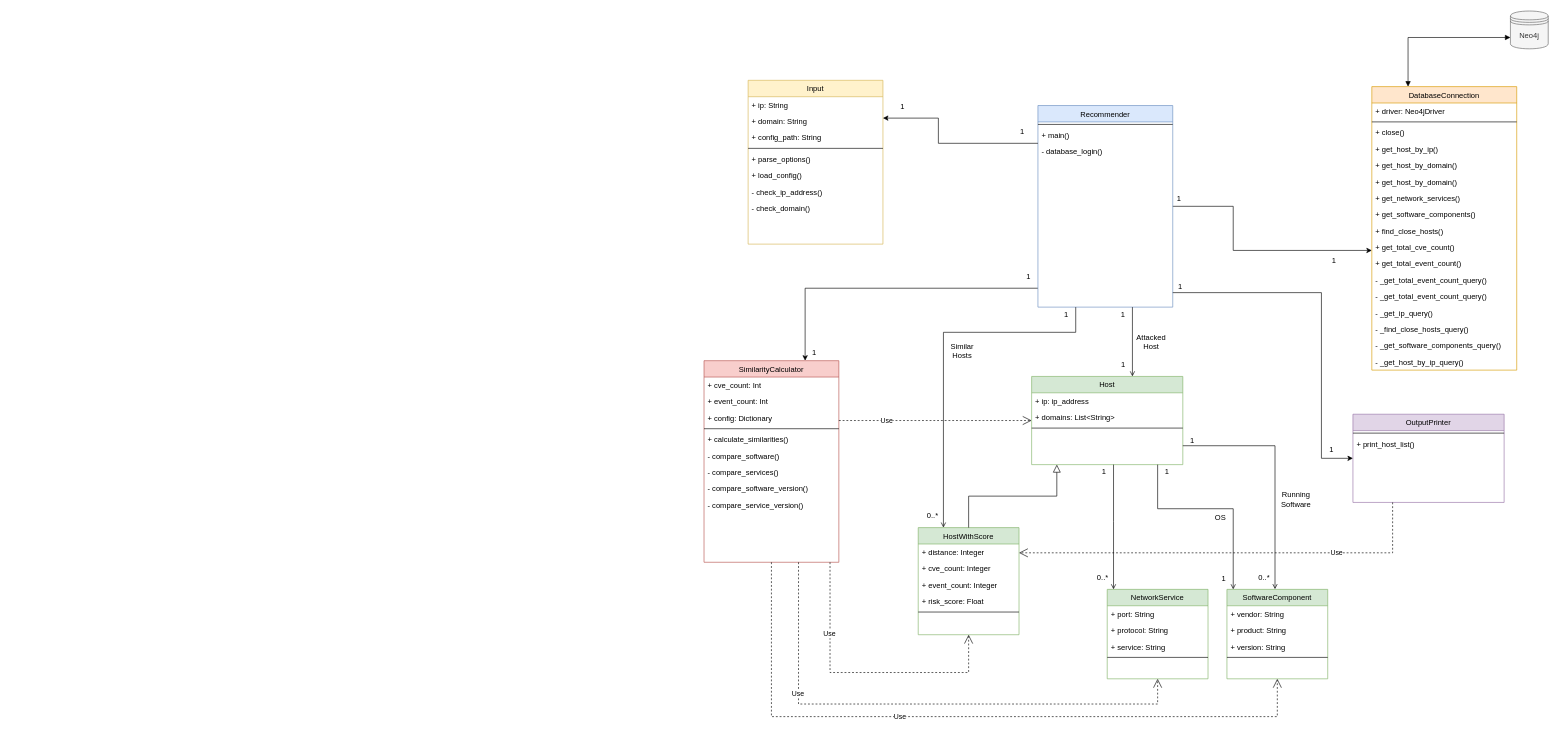
Earlier version of the draw.io diagram Diagrams/Recommender_diagram.drawio (CSIRT-MU/CRUSOE). Source tidied: cells renumbered, new cells numbered last; positions are measured from the earlier drawing's top-left corner, leaving out a move shared by most shapes. Both pictures are drawn from the tidied source at 63%, with x=0, y=0 at pixel (704, 11).
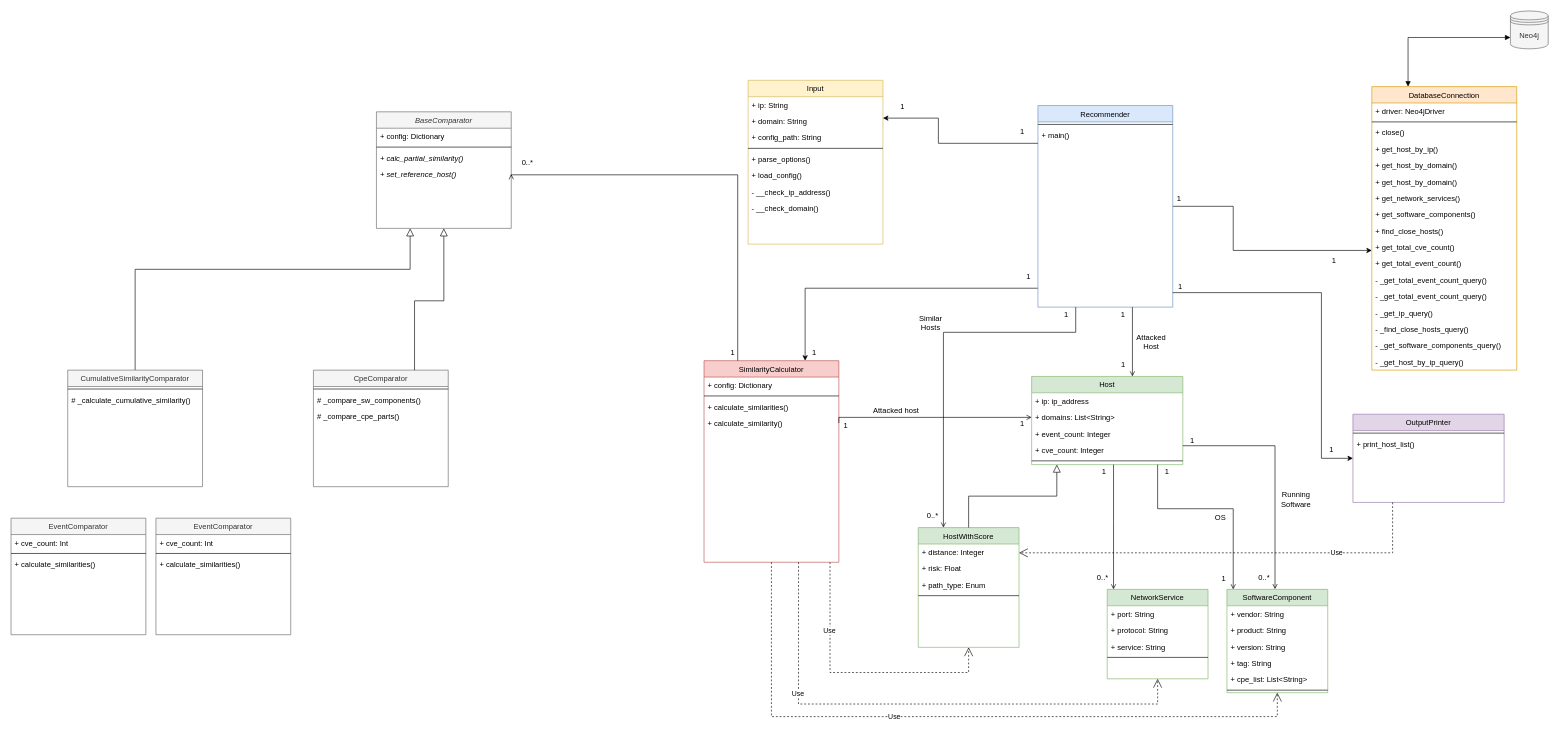
Above is the later version.

Unchanged cells that the change refers to:
```xml
<mxCell id="2" value="Host" style="swimlane;fontStyle=0;align=center;verticalAlign=top;horizontal=1;startSize=26;rounded=0;shadow=0;strokeWidth=1;fillColor=#d5e8d4;strokeColor=#82b366;" parent="1" vertex="1">
  <mxGeometry x="520" y="580" width="240" height="140" as="geometry" />
</mxCell>
<mxCell id="4" value="+ domains: List&lt;String&gt;" style="text;align=left;verticalAlign=top;spacingLeft=4;spacingRight=4;overflow=hidden;points=[[0,0.5],[1,0.5]];portConstraint=eastwest;" parent="2" vertex="1">
  <mxGeometry y="52" width="240" height="26" as="geometry" />
</mxCell>
<mxCell id="33" value="Recommender" style="swimlane;fontStyle=0;align=center;verticalAlign=top;horizontal=1;startSize=26;rounded=0;shadow=0;strokeWidth=1;fillColor=#dae8fc;strokeColor=#6c8ebf;" parent="1" vertex="1">
  <mxGeometry x="530" y="150" width="214" height="320" as="geometry" />
</mxCell>
<mxCell id="39" value="Input" style="swimlane;fontStyle=0;align=center;verticalAlign=top;horizontal=1;startSize=26;rounded=0;shadow=0;strokeWidth=1;fillColor=#fff2cc;strokeColor=#d6b656;" parent="1" vertex="1">
  <mxGeometry x="70" y="110" width="214" height="260" as="geometry" />
</mxCell>
<mxCell id="61" value="SimilarityCalculator" style="swimlane;fontStyle=0;align=center;verticalAlign=top;horizontal=1;startSize=26;rounded=0;shadow=0;strokeWidth=1;fillColor=#f8cecc;strokeColor=#b85450;" parent="1" vertex="1">
  <mxGeometry y="555" width="214" height="320" as="geometry" />
</mxCell>
```

Diff of the diagram source:
```diff
@@
+    <mxCell id="9" value="+ event_count: Integer" style="text;align=left;verticalAlign=top;spacingLeft=4;spacingRight=4;overflow=hidden;rounded=0;shadow=0;html=0;" parent="2" vertex="1">
+      <mxGeometry y="78" width="240" height="26" as="geometry" />
+    </mxCell>
+    <mxCell id="8" value="+ cve_count: Integer" style="text;align=left;verticalAlign=top;spacingLeft=4;spacingRight=4;overflow=hidden;rounded=0;shadow=0;html=0;" parent="2" vertex="1">
+      <mxGeometry y="104" width="240" height="26" as="geometry" />
+    </mxCell>
     <mxCell id="5" style="line;html=1;strokeWidth=1;align=left;verticalAlign=middle;spacingTop=-1;spacingLeft=3;spacingRight=3;labelPosition=right;" parent="2" vertex="1">
-      <mxGeometry y="78" width="240" height="8" as="geometry" />
+      <mxGeometry y="130" width="240" height="8" as="geometry" />
     </mxCell>
     <mxCell id="6" value="HostWithScore" style="swimlane;fontStyle=0;align=center;verticalAlign=top;horizontal=1;startSize=26;rounded=0;shadow=0;strokeWidth=1;fillColor=#d5e8d4;strokeColor=#82b366;" parent="1" vertex="1">
-      <mxGeometry x="340" y="820" width="160" height="170" as="geometry" />
+      <mxGeometry x="340" y="820" width="160" height="190" as="geometry" />
     </mxCell>
@@
-    <mxCell id="8" value="+ cve_count: Integer" style="text;align=left;verticalAlign=top;spacingLeft=4;spacingRight=4;overflow=hidden;rounded=0;shadow=0;html=0;" parent="6" vertex="1">
-      <mxGeometry y="52" width="160" height="26" as="geometry" />
-    </mxCell>
-    <mxCell id="9" value="+ event_count: Integer" style="text;align=left;verticalAlign=top;spacingLeft=4;spacingRight=4;overflow=hidden;rounded=0;shadow=0;html=0;" parent="6" vertex="1">
-      <mxGeometry y="78" width="160" height="26" as="geometry" />
-    </mxCell>
-    <mxCell id="10" value="+ risk_score: Float" style="text;align=left;verticalAlign=top;spacingLeft=4;spacingRight=4;overflow=hidden;rounded=0;shadow=0;html=0;" parent="6" vertex="1">
-      <mxGeometry y="104" width="160" height="26" as="geometry" />
+    <mxCell id="10" value="+ risk: Float" style="text;align=left;verticalAlign=top;spacingLeft=4;spacingRight=4;overflow=hidden;rounded=0;shadow=0;html=0;" parent="6" vertex="1">
+      <mxGeometry y="52" width="160" height="26" as="geometry" />
     </mxCell>
+    <mxCell id="105" value="+ path_type: Enum" style="text;align=left;verticalAlign=top;spacingLeft=4;spacingRight=4;overflow=hidden;rounded=0;shadow=0;html=0;" parent="6" vertex="1">
+      <mxGeometry y="78" width="160" height="26" as="geometry" />
+    </mxCell>
     <mxCell id="11" style="line;html=1;strokeWidth=1;align=left;verticalAlign=middle;spacingTop=-1;spacingLeft=3;spacingRight=3;labelPosition=right;" parent="6" vertex="1">
-      <mxGeometry y="130" width="160" height="8" as="geometry" />
+      <mxGeometry y="104" width="160" height="8" as="geometry" />
     </mxCell>
@@
-    <mxCell id="36" value="- database_login()" style="text;align=left;verticalAlign=top;spacingLeft=4;spacingRight=4;overflow=hidden;" parent="33" vertex="1">
-      <mxGeometry y="60" width="214" height="26" as="geometry" />
-    </mxCell>
@@
-    <mxCell id="42" value="+ config_path: String" style="text;align=left;verticalAlign=top;spacingLeft=4;spacingRight=4;overflow=hidden;rounded=0;shadow=0;html=0;" parent="39" vertex="1">
+    <mxCell id="42" value="+ config_path: String " style="text;align=left;verticalAlign=top;spacingLeft=4;spacingRight=4;overflow=hidden;rounded=0;shadow=0;html=0;" parent="39" vertex="1">
       <mxGeometry y="78" width="214" height="26" as="geometry" />
     </mxCell>
@@
-    <mxCell id="46" value="- check_ip_address()" style="text;align=left;verticalAlign=top;spacingLeft=4;spacingRight=4;overflow=hidden;" parent="39" vertex="1">
+    <mxCell id="46" value="- __check_ip_address()" style="text;align=left;verticalAlign=top;spacingLeft=4;spacingRight=4;overflow=hidden;" parent="39" vertex="1">
       <mxGeometry y="164" width="214" height="26" as="geometry" />
     </mxCell>
-    <mxCell id="47" value="- check_domain()&#10;" style="text;align=left;verticalAlign=top;spacingLeft=4;spacingRight=4;overflow=hidden;" parent="39" vertex="1">
+    <mxCell id="47" value="- __check_domain()&#10;" style="text;align=left;verticalAlign=top;spacingLeft=4;spacingRight=4;overflow=hidden;" parent="39" vertex="1">
       <mxGeometry y="190" width="214" height="26" as="geometry" />
     </mxCell>
     <mxCell id="48" value="SoftwareComponent" style="swimlane;fontStyle=0;align=center;verticalAlign=top;horizontal=1;startSize=26;rounded=0;shadow=0;strokeWidth=1;fillColor=#d5e8d4;strokeColor=#82b366;" parent="1" vertex="1">
-      <mxGeometry x="830" y="918" width="160" height="142" as="geometry" />
+      <mxGeometry x="830" y="918" width="160" height="164" as="geometry" />
     </mxCell>
@@
+    <mxCell id="106" value="+ tag: String" style="text;align=left;verticalAlign=top;spacingLeft=4;spacingRight=4;overflow=hidden;" parent="48" vertex="1">
+      <mxGeometry y="104" width="160" height="26" as="geometry" />
+    </mxCell>
+    <mxCell id="107" value="+ cpe_list: List&lt;String&gt;" style="text;align=left;verticalAlign=top;spacingLeft=4;spacingRight=4;overflow=hidden;" parent="48" vertex="1">
+      <mxGeometry y="130" width="160" height="26" as="geometry" />
+    </mxCell>
     <mxCell id="52" style="line;html=1;strokeWidth=1;align=left;verticalAlign=middle;spacingTop=-1;spacingLeft=3;spacingRight=3;labelPosition=right;" parent="48" vertex="1">
-      <mxGeometry y="104" width="160" height="8" as="geometry" />
+      <mxGeometry y="156" width="160" height="8" as="geometry" />
     </mxCell>
@@
-    <mxCell id="62" value="+ cve_count: Int" style="text;align=left;verticalAlign=top;spacingLeft=4;spacingRight=4;overflow=hidden;" parent="61" vertex="1">
-      <mxGeometry y="26" width="214" height="26" as="geometry" />
-    </mxCell>
-    <mxCell id="63" value="+ event_count: Int" style="text;align=left;verticalAlign=top;spacingLeft=4;spacingRight=4;overflow=hidden;" parent="61" vertex="1">
-      <mxGeometry y="52" width="214" height="26" as="geometry" />
-    </mxCell>
     <mxCell id="64" value="+ config: Dictionary" style="text;align=left;verticalAlign=top;spacingLeft=4;spacingRight=4;overflow=hidden;" parent="61" vertex="1">
-      <mxGeometry y="78" width="214" height="26" as="geometry" />
+      <mxGeometry y="26" width="214" height="26" as="geometry" />
     </mxCell>
     <mxCell id="65" style="line;html=1;strokeWidth=1;align=left;verticalAlign=middle;spacingTop=-1;spacingLeft=3;spacingRight=3;labelPosition=right;" parent="61" vertex="1">
-      <mxGeometry y="104" width="214" height="8" as="geometry" />
+      <mxGeometry y="52" width="214" height="8" as="geometry" />
     </mxCell>
     <mxCell id="66" value="+ calculate_similarities()" style="text;align=left;verticalAlign=top;spacingLeft=4;spacingRight=4;overflow=hidden;" parent="61" vertex="1">
-      <mxGeometry y="112" width="214" height="26" as="geometry" />
+      <mxGeometry y="60" width="214" height="26" as="geometry" />
     </mxCell>
-    <mxCell id="67" value="- compare_software()" style="text;align=left;verticalAlign=top;spacingLeft=4;spacingRight=4;overflow=hidden;" parent="61" vertex="1">
-      <mxGeometry y="138" width="214" height="26" as="geometry" />
-    </mxCell>
-    <mxCell id="68" value="- compare_services()" style="text;align=left;verticalAlign=top;spacingLeft=4;spacingRight=4;overflow=hidden;" parent="61" vertex="1">
-      <mxGeometry y="164" width="214" height="26" as="geometry" />
-    </mxCell>
-    <mxCell id="69" value="- compare_software_version()" style="text;align=left;verticalAlign=top;spacingLeft=4;spacingRight=4;overflow=hidden;" parent="61" vertex="1">
-      <mxGeometry y="190" width="214" height="26" as="geometry" />
-    </mxCell>
-    <mxCell id="70" value="- compare_service_version()" style="text;align=left;verticalAlign=top;spacingLeft=4;spacingRight=4;overflow=hidden;" parent="61" vertex="1">
-      <mxGeometry y="216" width="214" height="26" as="geometry" />
-    </mxCell>
+    <mxCell id="108" value="+ calculate_similarity()" style="text;align=left;verticalAlign=top;spacingLeft=4;spacingRight=4;overflow=hidden;points=[[0,0.5],[1,0.5]];portConstraint=eastwest;" parent="61" vertex="1">
+      <mxGeometry y="86" width="214" height="26" as="geometry" />
+    </mxCell>
@@
     <mxCell id="83" value="Similar Hosts" style="text;html=1;strokeColor=none;fillColor=none;align=center;verticalAlign=middle;whiteSpace=wrap;rounded=0;" parent="1" vertex="1">
-      <mxGeometry x="380" y="525" width="60" height="30" as="geometry" />
+      <mxGeometry x="330" y="480" width="60" height="30" as="geometry" />
     </mxCell>
@@
-    <mxCell id="94" value="Use" style="endArrow=open;endSize=12;dashed=1;html=1;rounded=0;edgeStyle=orthogonalEdgeStyle;" parent="1" edge="1" source="61" target="2">
-      <mxGeometry x="-0.5" relative="1" as="geometry">
-        <Array as="points">
-          <mxPoint x="310" y="650" />
-          <mxPoint x="310" y="650" />
-        </Array>
-        <mxPoint x="-1" as="offset" />
-      </mxGeometry>
-    </mxCell>
@@
+    <mxCell id="109" value="BaseComparator" style="swimlane;fontStyle=2;align=center;verticalAlign=top;horizontal=1;startSize=26;rounded=0;shadow=0;strokeWidth=1;fillColor=#f5f5f5;strokeColor=#666666;fontColor=#333333;" parent="1" vertex="1">
+      <mxGeometry x="-520" y="160" width="214" height="185" as="geometry" />
+    </mxCell>
+    <mxCell id="110" value="+ config: Dictionary" style="text;align=left;verticalAlign=top;spacingLeft=4;spacingRight=4;overflow=hidden;" parent="109" vertex="1">
+      <mxGeometry y="26" width="214" height="26" as="geometry" />
+    </mxCell>
+    <mxCell id="111" style="line;html=1;strokeWidth=1;align=left;verticalAlign=middle;spacingTop=-1;spacingLeft=3;spacingRight=3;labelPosition=right;" parent="109" vertex="1">
+      <mxGeometry y="52" width="214" height="8" as="geometry" />
+    </mxCell>
+    <mxCell id="112" value="+ calc_partial_similarity()" style="text;align=left;verticalAlign=top;spacingLeft=4;spacingRight=4;overflow=hidden;fontStyle=2;" parent="109" vertex="1">
+      <mxGeometry y="60" width="214" height="26" as="geometry" />
+    </mxCell>
+    <mxCell id="113" value="+ set_reference_host()" style="text;align=left;verticalAlign=top;spacingLeft=4;spacingRight=4;overflow=hidden;points=[[0,0.5],[1,0.5]];portConstraint=eastwest;fontStyle=2;" parent="109" vertex="1">
+      <mxGeometry y="86" width="214" height="26" as="geometry" />
+    </mxCell>
+    <mxCell id="114" style="endArrow=block;endSize=10;endFill=0;shadow=0;strokeWidth=1;rounded=0;edgeStyle=elbowEdgeStyle;elbow=vertical;exitX=0.5;exitY=0;exitDx=0;exitDy=0;entryX=0.25;entryY=1;entryDx=0;entryDy=0;" parent="1" edge="1" source="115" target="109">
+      <mxGeometry relative="1" as="geometry">
+        <Array as="points">
+          <mxPoint x="-490" y="410" />
+        </Array>
+      </mxGeometry>
+    </mxCell>
+    <mxCell id="115" value="CumulativeSimilarityComparator" style="swimlane;fontStyle=0;align=center;verticalAlign=top;horizontal=1;startSize=26;rounded=0;shadow=0;strokeWidth=1;fillColor=#f5f5f5;strokeColor=#666666;fontColor=#333333;" parent="1" vertex="1">
+      <mxGeometry x="-1010" y="570" width="214" height="185" as="geometry" />
+    </mxCell>
+    <mxCell id="116" style="line;html=1;strokeWidth=1;align=left;verticalAlign=middle;spacingTop=-1;spacingLeft=3;spacingRight=3;labelPosition=right;" parent="115" vertex="1">
+      <mxGeometry y="26" width="214" height="8" as="geometry" />
+    </mxCell>
+    <mxCell id="117" value="# _calculate_cumulative_similarity()" style="text;align=left;verticalAlign=top;spacingLeft=4;spacingRight=4;overflow=hidden;" parent="115" vertex="1">
+      <mxGeometry y="34" width="214" height="26" as="geometry" />
+    </mxCell>
+    <mxCell id="118" value="EventComparator" style="swimlane;fontStyle=0;align=center;verticalAlign=top;horizontal=1;startSize=26;rounded=0;shadow=0;strokeWidth=1;fillColor=#f5f5f5;strokeColor=#666666;fontColor=#333333;" parent="1" vertex="1">
+      <mxGeometry x="-1100" y="805" width="214" height="185" as="geometry" />
+    </mxCell>
+    <mxCell id="119" value="+ cve_count: Int" style="text;align=left;verticalAlign=top;spacingLeft=4;spacingRight=4;overflow=hidden;" parent="118" vertex="1">
+      <mxGeometry y="26" width="214" height="26" as="geometry" />
+    </mxCell>
+    <mxCell id="120" style="line;html=1;strokeWidth=1;align=left;verticalAlign=middle;spacingTop=-1;spacingLeft=3;spacingRight=3;labelPosition=right;" parent="118" vertex="1">
+      <mxGeometry y="52" width="214" height="8" as="geometry" />
+    </mxCell>
+    <mxCell id="121" value="+ calculate_similarities()" style="text;align=left;verticalAlign=top;spacingLeft=4;spacingRight=4;overflow=hidden;" parent="118" vertex="1">
+      <mxGeometry y="60" width="214" height="26" as="geometry" />
+    </mxCell>
+    <mxCell id="122" value="EventComparator" style="swimlane;fontStyle=0;align=center;verticalAlign=top;horizontal=1;startSize=26;rounded=0;shadow=0;strokeWidth=1;fillColor=#f5f5f5;strokeColor=#666666;fontColor=#333333;" parent="1" vertex="1">
+      <mxGeometry x="-870" y="805" width="214" height="185" as="geometry" />
+    </mxCell>
+    <mxCell id="123" value="+ cve_count: Int" style="text;align=left;verticalAlign=top;spacingLeft=4;spacingRight=4;overflow=hidden;" parent="122" vertex="1">
+      <mxGeometry y="26" width="214" height="26" as="geometry" />
+    </mxCell>
+    <mxCell id="124" style="line;html=1;strokeWidth=1;align=left;verticalAlign=middle;spacingTop=-1;spacingLeft=3;spacingRight=3;labelPosition=right;" parent="122" vertex="1">
+      <mxGeometry y="52" width="214" height="8" as="geometry" />
+    </mxCell>
+    <mxCell id="125" value="+ calculate_similarities()" style="text;align=left;verticalAlign=top;spacingLeft=4;spacingRight=4;overflow=hidden;" parent="122" vertex="1">
+      <mxGeometry y="60" width="214" height="26" as="geometry" />
+    </mxCell>
+    <mxCell id="126" value="CpeComparator" style="swimlane;fontStyle=0;align=center;verticalAlign=top;horizontal=1;startSize=26;rounded=0;shadow=0;strokeWidth=1;fillColor=#f5f5f5;strokeColor=#666666;fontColor=#333333;" parent="1" vertex="1">
+      <mxGeometry x="-620" y="570" width="214" height="185" as="geometry" />
+    </mxCell>
+    <mxCell id="127" style="line;html=1;strokeWidth=1;align=left;verticalAlign=middle;spacingTop=-1;spacingLeft=3;spacingRight=3;labelPosition=right;" parent="126" vertex="1">
+      <mxGeometry y="26" width="214" height="8" as="geometry" />
+    </mxCell>
+    <mxCell id="128" value="# _compare_sw_components()" style="text;align=left;verticalAlign=top;spacingLeft=4;spacingRight=4;overflow=hidden;" parent="126" vertex="1">
+      <mxGeometry y="34" width="214" height="26" as="geometry" />
+    </mxCell>
+    <mxCell id="129" value="# _compare_cpe_parts()" style="text;align=left;verticalAlign=top;spacingLeft=4;spacingRight=4;overflow=hidden;" parent="126" vertex="1">
+      <mxGeometry y="60" width="214" height="26" as="geometry" />
+    </mxCell>
+    <mxCell id="130" style="endArrow=block;endSize=10;endFill=0;shadow=0;strokeWidth=1;rounded=0;edgeStyle=elbowEdgeStyle;elbow=vertical;exitX=0.75;exitY=0;exitDx=0;exitDy=0;entryX=0.5;entryY=1;entryDx=0;entryDy=0;" parent="1" edge="1" source="126" target="109">
+      <mxGeometry relative="1" as="geometry">
+        <Array as="points">
+          <mxPoint x="-380" y="460" />
+          <mxPoint x="-413" y="380" />
+          <mxPoint x="-430" y="390" />
+          <mxPoint x="-463" y="450" />
+          <mxPoint x="-480" y="420" />
+        </Array>
+      </mxGeometry>
+    </mxCell>
+    <mxCell id="131" style="endArrow=open;shadow=0;strokeWidth=1;rounded=0;endFill=1;edgeStyle=elbowEdgeStyle;elbow=vertical;exitX=1;exitY=0.5;exitDx=0;exitDy=0;entryX=0;entryY=0.5;entryDx=0;entryDy=0;" parent="1" edge="1" source="108" target="4">
+      <mxGeometry x="0.5" y="41" relative="1" as="geometry">
+        <Array as="points">
+          <mxPoint x="510" y="645" />
+          <mxPoint x="470" y="654" />
+          <mxPoint x="350" y="654" />
+          <mxPoint x="410" y="720" />
+          <mxPoint x="290" y="690" />
+          <mxPoint x="420" y="730" />
+          <mxPoint x="250" y="690" />
+          <mxPoint x="430" y="700" />
+          <mxPoint x="280" y="660" />
+          <mxPoint x="420" y="700" />
+          <mxPoint x="300" y="680" />
+          <mxPoint x="420" y="790" />
+          <mxPoint x="80" y="570" />
+          <mxPoint x="90" y="520" />
+          <mxPoint x="219.9" y="463" />
+          <mxPoint x="143.6" y="520.5" />
+          <mxPoint x="119.6" y="526.5" />
+          <mxPoint x="103.6" y="516.5" />
+          <mxPoint x="183.6" y="446.5" />
+        </Array>
+        <mxPoint x="-40" y="32" as="offset" />
+      </mxGeometry>
+    </mxCell>
+    <mxCell id="132" value="1" style="align=left;verticalAlign=bottom;labelBackgroundColor=none;fontSize=12;" parent="131" vertex="1">
+      <mxGeometry x="-1" relative="1" as="geometry">
+        <mxPoint x="6" y="12" as="offset" />
+      </mxGeometry>
+    </mxCell>
+    <mxCell id="133" value="1" style="align=left;verticalAlign=bottom;labelBackgroundColor=none;fontSize=12;" parent="1" vertex="1">
+      <mxGeometry x="500" y="662.5" as="geometry" />
+    </mxCell>
+    <mxCell id="134" value="Attacked host" style="text;html=1;strokeColor=none;fillColor=none;align=center;verticalAlign=middle;whiteSpace=wrap;rounded=0;" parent="1" vertex="1">
+      <mxGeometry x="260" y="620" width="90" height="30" as="geometry" />
+    </mxCell>
+    <mxCell id="135" style="endArrow=open;shadow=0;strokeWidth=1;rounded=0;endFill=1;edgeStyle=elbowEdgeStyle;elbow=vertical;entryX=1;entryY=0.5;entryDx=0;entryDy=0;exitX=0.25;exitY=0;exitDx=0;exitDy=0;" parent="1" edge="1" source="61" target="113">
+      <mxGeometry x="0.5" y="41" relative="1" as="geometry">
+        <Array as="points">
+          <mxPoint x="-240" y="260" />
+          <mxPoint x="-200" y="330" />
+          <mxPoint x="30" y="410" />
+          <mxPoint x="-170" y="540" />
+          <mxPoint x="-180" y="550" />
+          <mxPoint x="-240" y="530" />
+          <mxPoint x="-420" y="303" />
+          <mxPoint x="-406.3" y="320.5" />
+          <mxPoint x="-430.3" y="326.5" />
+          <mxPoint x="-446.3" y="316.5" />
+          <mxPoint x="-366.3" y="246.5" />
+        </Array>
+        <mxPoint x="-40" y="32" as="offset" />
+      </mxGeometry>
+    </mxCell>
+    <mxCell id="136" value="1" style="align=left;verticalAlign=bottom;labelBackgroundColor=none;fontSize=12;" parent="135" vertex="1">
+      <mxGeometry x="-1" relative="1" as="geometry">
+        <mxPoint x="-13" y="-5" as="offset" />
+      </mxGeometry>
+    </mxCell>
+    <mxCell id="137" value="0..*" style="align=right;verticalAlign=bottom;labelBackgroundColor=none;fontSize=12;" parent="135" vertex="1">
+      <mxGeometry x="1" relative="1" as="geometry">
+        <mxPoint x="36" y="-10" as="offset" />
+      </mxGeometry>
+    </mxCell>
```
